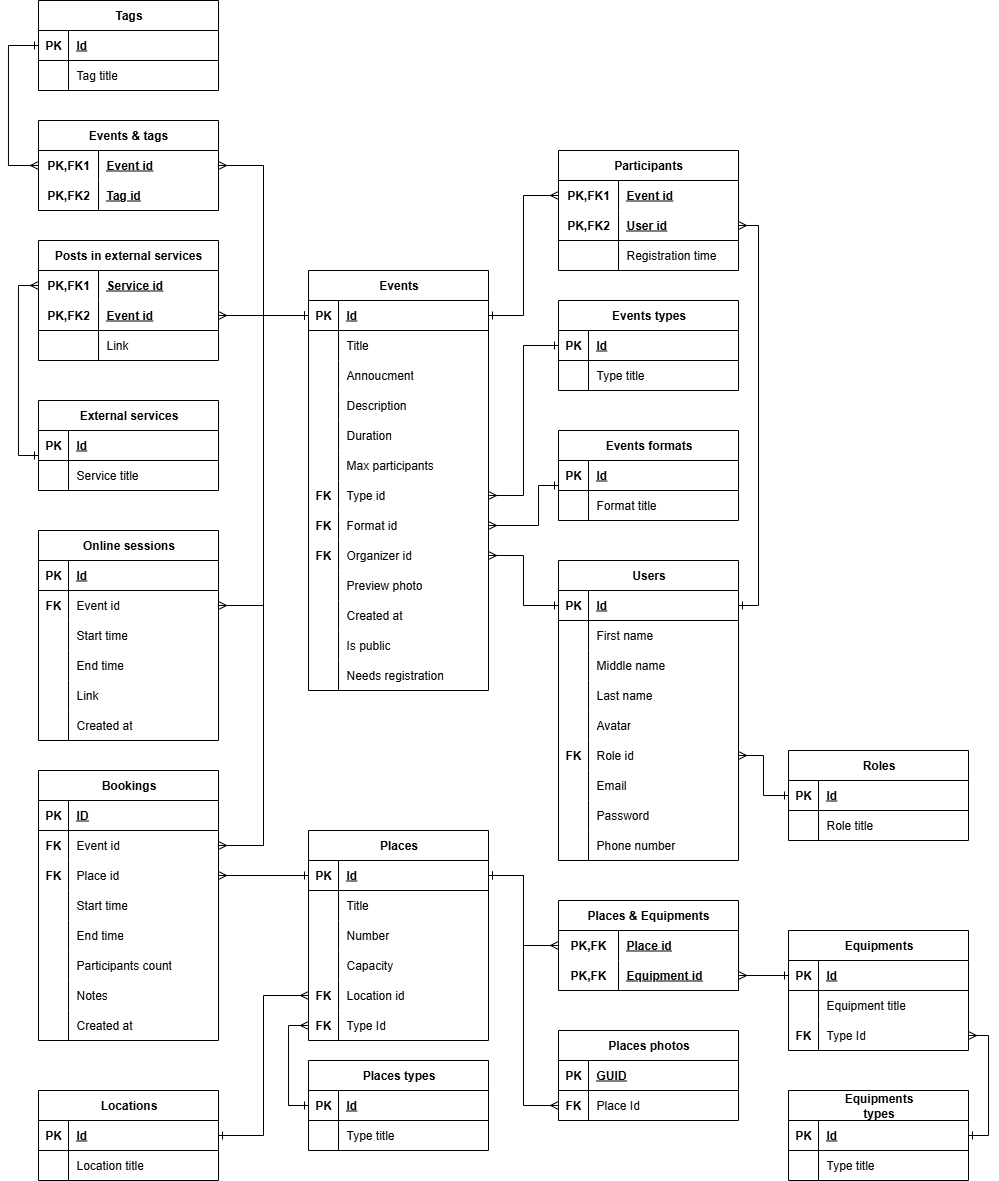
Above: DB.png in Shtskkh/Events.Backend (draw.io), before the change. Source tidied: cells renumbered, new cells last; positions are measured from the earlier drawing's top-left corner, leaving out a move shared by most shapes.
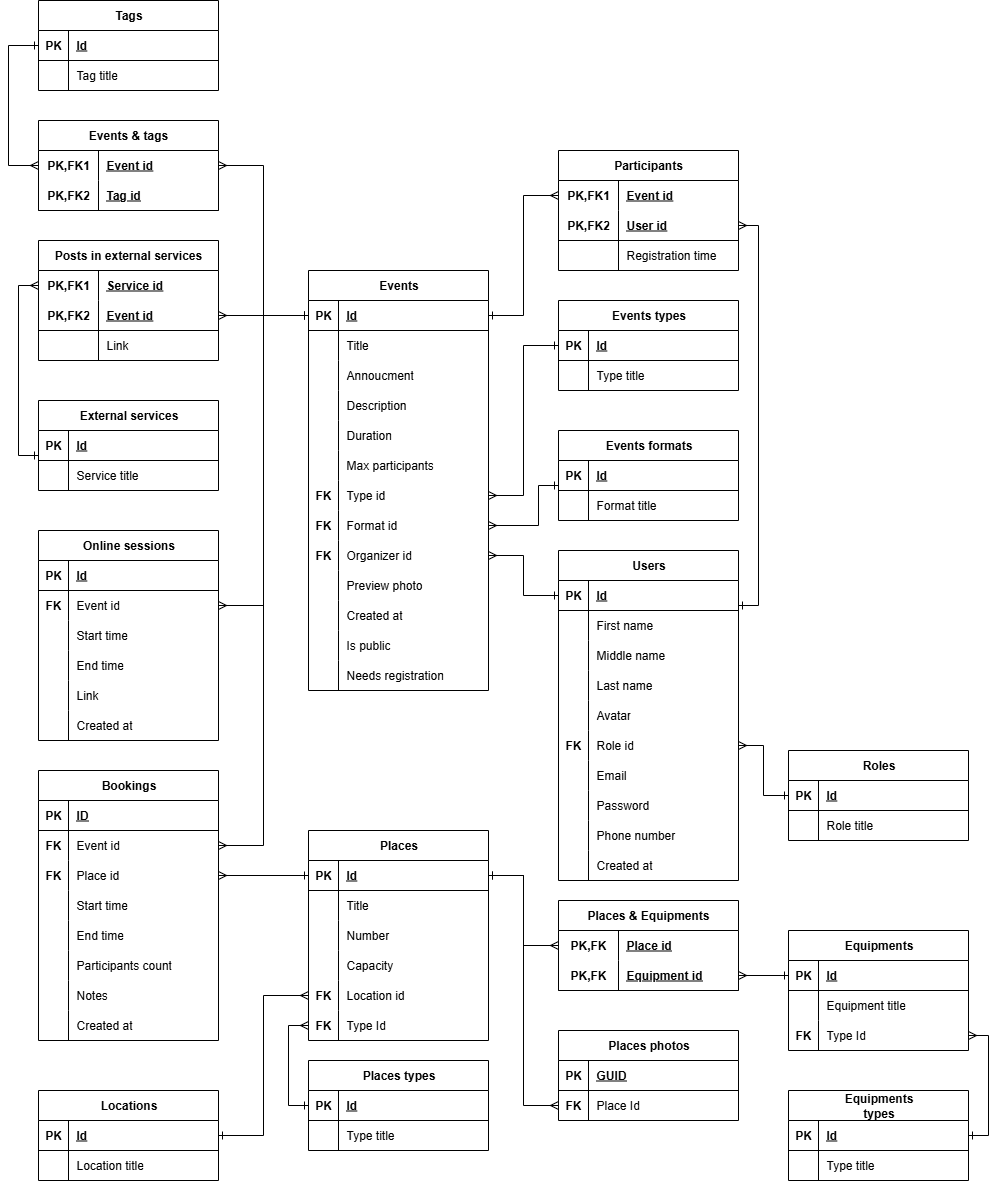
After the commit.

The edit, as a diff of the source:
```diff
@@ -411,7 +411,7 @@
       <mxGeometry relative="1" as="geometry" />
     </mxCell>
     <mxCell id="133" value="Users" style="shape=table;startSize=30;rowLines=0;fontStyle=1;align=center;html=1;" parent="1" vertex="1">
-      <mxGeometry x="550" y="560" width="180" height="300" as="geometry" />
+      <mxGeometry x="550" y="550" width="180" height="330" as="geometry" />
     </mxCell>
     <mxCell id="134" style="shape=tableRow;horizontal=0;startSize=0;swimlaneHead=0;swimlaneBody=0;fillColor=none;points=[[0,0.5],[1,0.5]];portConstraint=eastwest;top=0;left=0;right=0;bottom=1;" parent="133" vertex="1">
       <mxGeometry y="30" width="180" height="30" as="geometry" />
@@ -494,6 +494,15 @@
     <mxCell id="160" value="Phone number" style="shape=partialRectangle;fillColor=none;top=0;left=0;bottom=0;right=0;align=left;spacingLeft=6;overflow=hidden;whiteSpace=wrap;html=1;" parent="158" vertex="1">
       <mxGeometry x="30" width="150" height="30" as="geometry" />
     </mxCell>
+    <mxCell id="259" style="shape=tableRow;horizontal=0;startSize=0;swimlaneHead=0;swimlaneBody=0;fillColor=none;top=0;left=0;right=0;bottom=0;" parent="133" vertex="1">
+      <mxGeometry y="300" width="180" height="30" as="geometry" />
+    </mxCell>
+    <mxCell id="260" style="shape=partialRectangle;fillColor=none;top=0;left=0;bottom=0;right=0;overflow=hidden;whiteSpace=wrap;html=1;" parent="259" vertex="1">
+      <mxGeometry width="30" height="30" as="geometry" />
+    </mxCell>
+    <mxCell id="261" value="Created at" style="shape=partialRectangle;fillColor=none;top=0;left=0;bottom=0;right=0;align=left;spacingLeft=6;overflow=hidden;whiteSpace=wrap;html=1;" parent="259" vertex="1">
+      <mxGeometry x="30" width="150" height="30" as="geometry" />
+    </mxCell>
     <mxCell id="161" style="edgeStyle=orthogonalEdgeStyle;rounded=0;jettySize=auto;html=1;startArrow=ERone;startFill=0;endArrow=ERmany;endFill=0;" parent="1" edge="1" source="134" target="27">
       <mxGeometry relative="1" as="geometry" />
     </mxCell>
```
